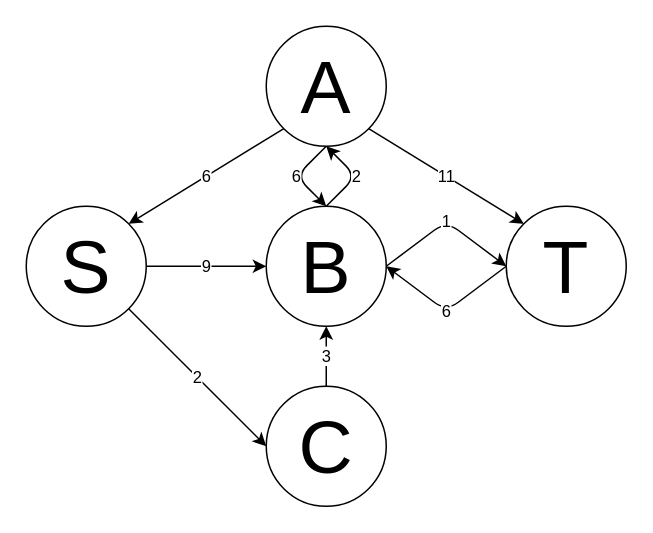
Before: ASP1/Grafovi/ASP1 K3 2019 zadatak 7 rezidualni graf.drawio in KockaAdmiralac/ETF, a draw.io diagram. Source tidied: cells renumbered, new cells numbered last; positions are measured from the earlier drawing's top-left corner, leaving out a move shared by most shapes. Both pictures are drawn from the tidied source at 150%, with x=0, y=0 at pixel (26, 26).
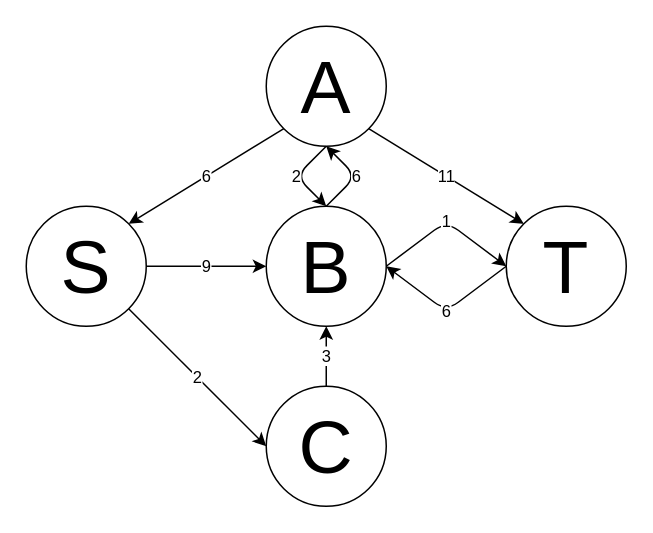
Above is the later version.

The change refers to these unchanged cells:
```xml
<mxCell id="3" value="&lt;font style=&quot;font-size: 50px&quot;&gt;A&lt;/font&gt;" style="ellipse;whiteSpace=wrap;html=1;" parent="1" vertex="1">
  <mxGeometry x="160" width="80" height="80" as="geometry" />
</mxCell>
<mxCell id="4" value="&lt;font style=&quot;font-size: 50px&quot;&gt;B&lt;/font&gt;" style="ellipse;whiteSpace=wrap;html=1;" parent="1" vertex="1">
  <mxGeometry x="160" y="120" width="80" height="80" as="geometry" />
</mxCell>
```

Change to the diagram source:
```diff
@@
-    <mxCell id="13" value="6" style="endArrow=classic;html=1;exitX=0.5;exitY=1;exitDx=0;exitDy=0;entryX=0.5;entryY=0;entryDx=0;entryDy=0;" parent="1" edge="1" source="3" target="4">
+    <mxCell id="13" value="2" style="endArrow=classic;html=1;exitX=0.5;exitY=1;exitDx=0;exitDy=0;entryX=0.5;entryY=0;entryDx=0;entryDy=0;" parent="1" edge="1" source="3" target="4">
       <mxGeometry relative="1" as="geometry">
         <Array as="points">
           <mxPoint x="180" y="100" />
         </Array>
       </mxGeometry>
     </mxCell>
-    <mxCell id="14" value="2" style="endArrow=classic;html=1;exitX=0.5;exitY=0;exitDx=0;exitDy=0;entryX=0.5;entryY=1;entryDx=0;entryDy=0;" parent="1" edge="1" source="4" target="3">
+    <mxCell id="14" value="6" style="endArrow=classic;html=1;exitX=0.5;exitY=0;exitDx=0;exitDy=0;entryX=0.5;entryY=1;entryDx=0;entryDy=0;" parent="1" edge="1" source="4" target="3">
       <mxGeometry relative="1" as="geometry">
         <Array as="points">
           <mxPoint x="220" y="100" />
         </Array>
       </mxGeometry>
     </mxCell>
```
